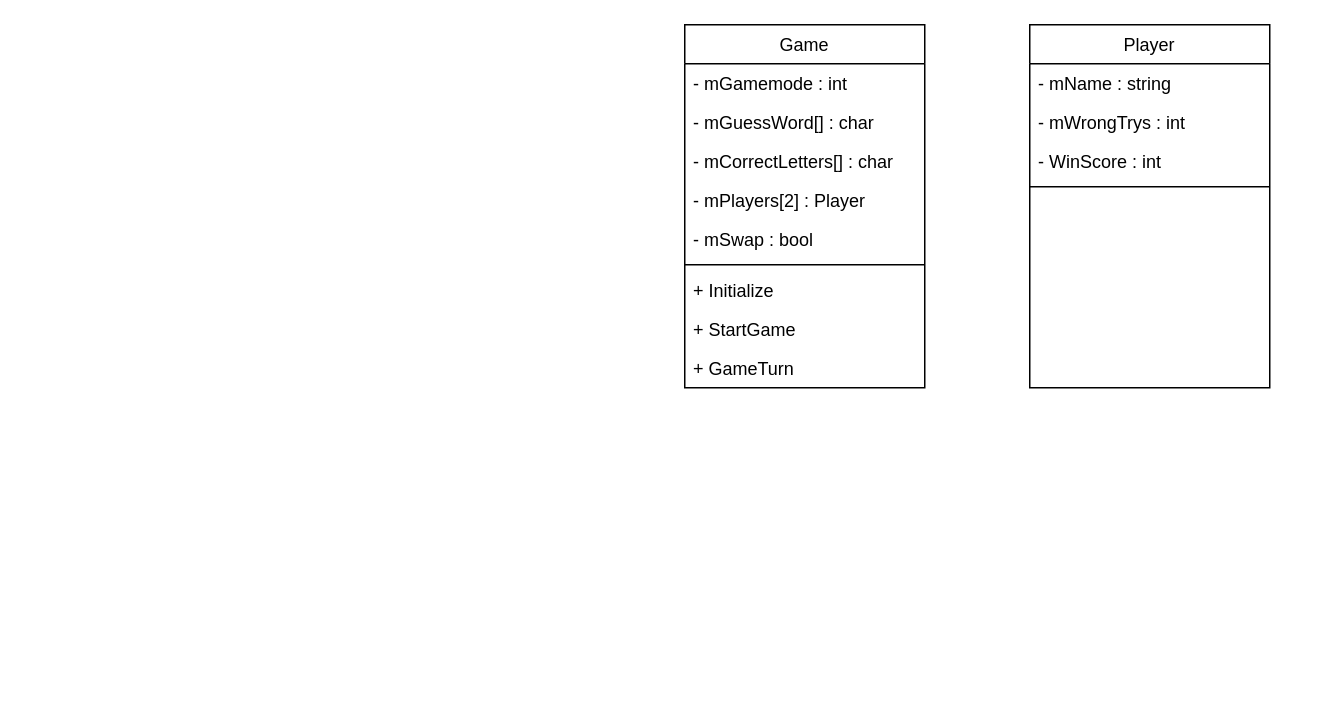
Leon-Jerke/Galgenm-nnchen keeps this draw.io diagram as Galgenmännchen/GalgenmännchenClassDiagram.drawio. Above is the earlier version. Source tidied: cells renumbered, new cells numbered last; positions are measured from the earlier drawing's top-left corner, leaving out a move shared by most shapes. Both pictures are drawn from the tidied source at 150%, with x=0, y=0 at pixel (684, 24).
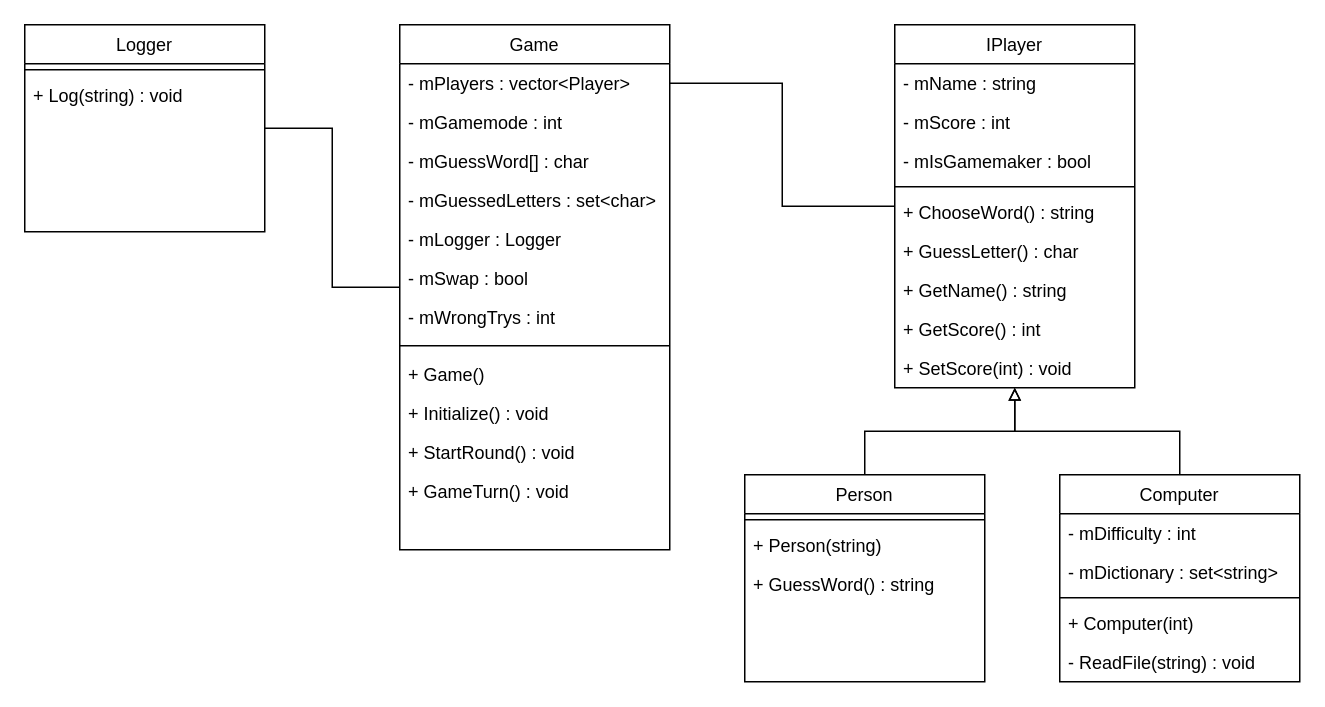
Above is the later version.

The edit, as a diff of the source:
```diff
@@
     <mxCell id="2" value="Game" style="swimlane;fontStyle=0;align=center;verticalAlign=top;horizontal=1;startSize=26;rounded=0;shadow=0;strokeWidth=1;" parent="1" vertex="1">
-      <mxGeometry width="160" height="242" as="geometry" />
+      <mxGeometry x="-190" width="180" height="350" as="geometry" />
     </mxCell>
+    <mxCell id="17" value="- mPlayers : vector&lt;Player&gt;" style="text;align=left;verticalAlign=top;spacingLeft=4;spacingRight=4;overflow=hidden;points=[[0,0.5],[1,0.5]];portConstraint=eastwest;rounded=0;shadow=0;html=0;" parent="2" vertex="1">
+      <mxGeometry y="26" width="180" height="26" as="geometry" />
+    </mxCell>
     <mxCell id="3" value="- mGamemode : int" style="text;align=left;verticalAlign=top;spacingLeft=4;spacingRight=4;overflow=hidden;" parent="2" vertex="1">
-      <mxGeometry y="26" width="160" height="26" as="geometry" />
+      <mxGeometry y="52" width="180" height="26" as="geometry" />
     </mxCell>
     <mxCell id="4" value="- mGuessWord[] : char" style="text;align=left;verticalAlign=top;spacingLeft=4;spacingRight=4;overflow=hidden;" parent="2" vertex="1">
-      <mxGeometry y="52" width="160" height="26" as="geometry" />
+      <mxGeometry y="78" width="180" height="26" as="geometry" />
     </mxCell>
-    <mxCell id="5" value="- mCorrectLetters[] : char" style="text;align=left;verticalAlign=top;spacingLeft=4;spacingRight=4;overflow=hidden;rounded=0;shadow=0;html=0;" parent="2" vertex="1">
-      <mxGeometry y="78" width="160" height="26" as="geometry" />
+    <mxCell id="5" value="- mGuessedLetters : set&lt;char&gt;" style="text;align=left;verticalAlign=top;spacingLeft=4;spacingRight=4;overflow=hidden;rounded=0;shadow=0;html=0;" parent="2" vertex="1">
+      <mxGeometry y="104" width="180" height="26" as="geometry" />
     </mxCell>
-    <mxCell id="6" value="- mPlayers[2] : Player" style="text;align=left;verticalAlign=top;spacingLeft=4;spacingRight=4;overflow=hidden;rounded=0;shadow=0;html=0;" parent="2" vertex="1">
-      <mxGeometry y="104" width="160" height="26" as="geometry" />
-    </mxCell>
+    <mxCell id="18" value="- mLogger : Logger" style="text;align=left;verticalAlign=top;spacingLeft=4;spacingRight=4;overflow=hidden;rounded=0;shadow=0;html=0;" parent="2" vertex="1">
+      <mxGeometry y="130" width="180" height="26" as="geometry" />
+    </mxCell>
     <mxCell id="7" value="- mSwap : bool" style="text;align=left;verticalAlign=top;spacingLeft=4;spacingRight=4;overflow=hidden;rounded=0;shadow=0;html=0;" parent="2" vertex="1">
-      <mxGeometry y="130" width="160" height="26" as="geometry" />
+      <mxGeometry y="156" width="180" height="26" as="geometry" />
     </mxCell>
+    <mxCell id="14" value="- mWrongTrys : int" style="text;align=left;verticalAlign=top;spacingLeft=4;spacingRight=4;overflow=hidden;rounded=0;shadow=0;html=0;" parent="2" vertex="1">
+      <mxGeometry y="182" width="180" height="26" as="geometry" />
+    </mxCell>
     <mxCell id="8" style="line;html=1;strokeWidth=1;align=left;verticalAlign=middle;spacingTop=-1;spacingLeft=3;spacingRight=3;labelPosition=right;" parent="2" vertex="1">
-      <mxGeometry y="156" width="160" height="8" as="geometry" />
+      <mxGeometry y="208" width="180" height="12" as="geometry" />
     </mxCell>
+    <mxCell id="19" value="+ Game()" style="text;align=left;verticalAlign=top;spacingLeft=4;spacingRight=4;overflow=hidden;rounded=0;shadow=0;html=0;" parent="2" vertex="1">
+      <mxGeometry y="220" width="180" height="26" as="geometry" />
+    </mxCell>
-    <mxCell id="9" value="+ Initialize" style="text;align=left;verticalAlign=top;spacingLeft=4;spacingRight=4;overflow=hidden;" parent="2" vertex="1">
-      <mxGeometry y="164" width="160" height="26" as="geometry" />
+    <mxCell id="9" value="+ Initialize() : void" style="text;align=left;verticalAlign=top;spacingLeft=4;spacingRight=4;overflow=hidden;" parent="2" vertex="1">
+      <mxGeometry y="246" width="180" height="26" as="geometry" />
     </mxCell>
-    <mxCell id="10" value="+ StartGame" style="text;align=left;verticalAlign=top;spacingLeft=4;spacingRight=4;overflow=hidden;" parent="2" vertex="1">
-      <mxGeometry y="190" width="160" height="26" as="geometry" />
+    <mxCell id="10" value="+ StartRound() : void" style="text;align=left;verticalAlign=top;spacingLeft=4;spacingRight=4;overflow=hidden;" parent="2" vertex="1">
+      <mxGeometry y="272" width="180" height="26" as="geometry" />
     </mxCell>
-    <mxCell id="11" value="+ GameTurn" style="text;align=left;verticalAlign=top;spacingLeft=4;spacingRight=4;overflow=hidden;" parent="2" vertex="1">
-      <mxGeometry y="216" width="160" height="26" as="geometry" />
+    <mxCell id="11" value="+ GameTurn() : void" style="text;align=left;verticalAlign=top;spacingLeft=4;spacingRight=4;overflow=hidden;" parent="2" vertex="1">
+      <mxGeometry y="298" width="180" height="26" as="geometry" />
     </mxCell>
-    <mxCell id="12" value="Player" style="swimlane;fontStyle=0;align=center;verticalAlign=top;horizontal=1;startSize=26;rounded=0;shadow=0;strokeWidth=1;" parent="1" vertex="1">
-      <mxGeometry x="230" width="160" height="242" as="geometry" />
+    <mxCell id="12" value="IPlayer" style="swimlane;fontStyle=0;align=center;verticalAlign=top;horizontal=1;startSize=26;rounded=0;shadow=0;strokeWidth=1;" parent="1" vertex="1">
+      <mxGeometry x="140" width="160" height="242" as="geometry" />
     </mxCell>
@@
-    <mxCell id="14" value="- mWrongTrys : int" style="text;align=left;verticalAlign=top;spacingLeft=4;spacingRight=4;overflow=hidden;" parent="12" vertex="1">
-      <mxGeometry y="52" width="160" height="26" as="geometry" />
-    </mxCell>
-    <mxCell id="15" value="- WinScore : int" style="text;align=left;verticalAlign=top;spacingLeft=4;spacingRight=4;overflow=hidden;rounded=0;shadow=0;html=0;" parent="12" vertex="1">
-      <mxGeometry y="78" width="160" height="26" as="geometry" />
+    <mxCell id="15" value="- mScore : int" style="text;align=left;verticalAlign=top;spacingLeft=4;spacingRight=4;overflow=hidden;rounded=0;shadow=0;html=0;" parent="12" vertex="1">
+      <mxGeometry y="52" width="160" height="26" as="geometry" />
     </mxCell>
+    <mxCell id="20" value="- mIsGamemaker : bool" style="text;align=left;verticalAlign=top;spacingLeft=4;spacingRight=4;overflow=hidden;rounded=0;shadow=0;html=0;" parent="12" vertex="1">
+      <mxGeometry y="78" width="160" height="26" as="geometry" />
+    </mxCell>
@@
+    <mxCell id="21" value="+ ChooseWord() : string" style="text;align=left;verticalAlign=top;spacingLeft=4;spacingRight=4;overflow=hidden;rounded=0;shadow=0;html=0;" parent="12" vertex="1">
+      <mxGeometry y="112" width="160" height="26" as="geometry" />
+    </mxCell>
+    <mxCell id="22" value="+ GuessLetter() : char" style="text;align=left;verticalAlign=top;spacingLeft=4;spacingRight=4;overflow=hidden;rounded=0;shadow=0;html=0;" parent="12" vertex="1">
+      <mxGeometry y="138" width="160" height="26" as="geometry" />
+    </mxCell>
+    <mxCell id="23" value="+ GetName() : string" style="text;align=left;verticalAlign=top;spacingLeft=4;spacingRight=4;overflow=hidden;rounded=0;shadow=0;html=0;" parent="12" vertex="1">
+      <mxGeometry y="164" width="160" height="26" as="geometry" />
+    </mxCell>
+    <mxCell id="24" value="+ GetScore() : int" style="text;align=left;verticalAlign=top;spacingLeft=4;spacingRight=4;overflow=hidden;rounded=0;shadow=0;html=0;" parent="12" vertex="1">
+      <mxGeometry y="190" width="160" height="26" as="geometry" />
+    </mxCell>
+    <mxCell id="25" value="+ SetScore(int) : void" style="text;align=left;verticalAlign=top;spacingLeft=4;spacingRight=4;overflow=hidden;rounded=0;shadow=0;html=0;" parent="12" vertex="1">
+      <mxGeometry y="216" width="160" height="26" as="geometry" />
+    </mxCell>
+    <mxCell id="26" style="edgeStyle=orthogonalEdgeStyle;rounded=0;jettySize=auto;html=1;exitX=0.5;exitY=0;exitDx=0;exitDy=0;endArrow=block;endFill=0;" parent="1" edge="1" source="27" target="12">
+      <mxGeometry relative="1" as="geometry" />
+    </mxCell>
+    <mxCell id="27" value="Person" style="swimlane;fontStyle=0;align=center;verticalAlign=top;horizontal=1;startSize=26;rounded=0;shadow=0;strokeWidth=1;" parent="1" vertex="1">
+      <mxGeometry x="40" y="300" width="160" height="138" as="geometry" />
+    </mxCell>
+    <mxCell id="28" style="line;html=1;strokeWidth=1;align=left;verticalAlign=middle;spacingTop=-1;spacingLeft=3;spacingRight=3;labelPosition=right;" parent="27" vertex="1">
+      <mxGeometry y="26" width="160" height="8" as="geometry" />
+    </mxCell>
+    <mxCell id="29" value="+ Person(string)" style="text;align=left;verticalAlign=top;spacingLeft=4;spacingRight=4;overflow=hidden;rounded=0;shadow=0;html=0;" parent="27" vertex="1">
+      <mxGeometry y="34" width="160" height="26" as="geometry" />
+    </mxCell>
+    <mxCell id="30" value="+ GuessWord() : string" style="text;align=left;verticalAlign=top;spacingLeft=4;spacingRight=4;overflow=hidden;rounded=0;shadow=0;html=0;" parent="27" vertex="1">
+      <mxGeometry y="60" width="160" height="26" as="geometry" />
+    </mxCell>
+    <mxCell id="31" style="edgeStyle=orthogonalEdgeStyle;rounded=0;jettySize=auto;html=1;exitX=0.5;exitY=0;exitDx=0;exitDy=0;endArrow=block;endFill=0;" parent="1" edge="1" source="32" target="12">
+      <mxGeometry relative="1" as="geometry" />
+    </mxCell>
+    <mxCell id="32" value="Computer" style="swimlane;fontStyle=0;align=center;verticalAlign=top;horizontal=1;startSize=26;rounded=0;shadow=0;strokeWidth=1;" parent="1" vertex="1">
+      <mxGeometry x="250" y="300" width="160" height="138" as="geometry" />
+    </mxCell>
+    <mxCell id="33" value="- mDifficulty : int" style="text;align=left;verticalAlign=top;spacingLeft=4;spacingRight=4;overflow=hidden;rounded=0;shadow=0;html=0;" parent="32" vertex="1">
+      <mxGeometry y="26" width="160" height="26" as="geometry" />
+    </mxCell>
+    <mxCell id="34" value="- mDictionary : set&lt;string&gt;" style="text;align=left;verticalAlign=top;spacingLeft=4;spacingRight=4;overflow=hidden;rounded=0;shadow=0;html=0;" parent="32" vertex="1">
+      <mxGeometry y="52" width="160" height="26" as="geometry" />
+    </mxCell>
+    <mxCell id="35" style="line;html=1;strokeWidth=1;align=left;verticalAlign=middle;spacingTop=-1;spacingLeft=3;spacingRight=3;labelPosition=right;" parent="32" vertex="1">
+      <mxGeometry y="78" width="160" height="8" as="geometry" />
+    </mxCell>
+    <mxCell id="36" value="+ Computer(int)" style="text;align=left;verticalAlign=top;spacingLeft=4;spacingRight=4;overflow=hidden;rounded=0;shadow=0;html=0;" parent="32" vertex="1">
+      <mxGeometry y="86" width="160" height="26" as="geometry" />
+    </mxCell>
+    <mxCell id="37" value="- ReadFile(string) : void" style="text;align=left;verticalAlign=top;spacingLeft=4;spacingRight=4;overflow=hidden;rounded=0;shadow=0;html=0;" parent="32" vertex="1">
+      <mxGeometry y="112" width="160" height="26" as="geometry" />
+    </mxCell>
+    <mxCell id="38" style="edgeStyle=orthogonalEdgeStyle;rounded=0;jettySize=auto;html=1;endArrow=none;endFill=0;" parent="1" edge="1" source="17" target="12">
+      <mxGeometry relative="1" as="geometry" />
+    </mxCell>
+    <mxCell id="39" style="edgeStyle=orthogonalEdgeStyle;rounded=0;jettySize=auto;html=1;exitX=1;exitY=0.5;exitDx=0;exitDy=0;endArrow=none;endFill=0;" parent="1" edge="1" source="40" target="2">
+      <mxGeometry relative="1" as="geometry" />
+    </mxCell>
+    <mxCell id="40" value="Logger" style="swimlane;fontStyle=0;align=center;verticalAlign=top;horizontal=1;startSize=26;rounded=0;shadow=0;strokeWidth=1;" parent="1" vertex="1">
+      <mxGeometry x="-440" width="160" height="138" as="geometry" />
+    </mxCell>
+    <mxCell id="41" style="line;html=1;strokeWidth=1;align=left;verticalAlign=middle;spacingTop=-1;spacingLeft=3;spacingRight=3;labelPosition=right;" parent="40" vertex="1">
+      <mxGeometry y="26" width="160" height="8" as="geometry" />
+    </mxCell>
+    <mxCell id="42" value="+ Log(string) : void" style="text;align=left;verticalAlign=top;spacingLeft=4;spacingRight=4;overflow=hidden;rounded=0;shadow=0;html=0;" parent="40" vertex="1">
+      <mxGeometry y="34" width="160" height="26" as="geometry" />
+    </mxCell>
```
